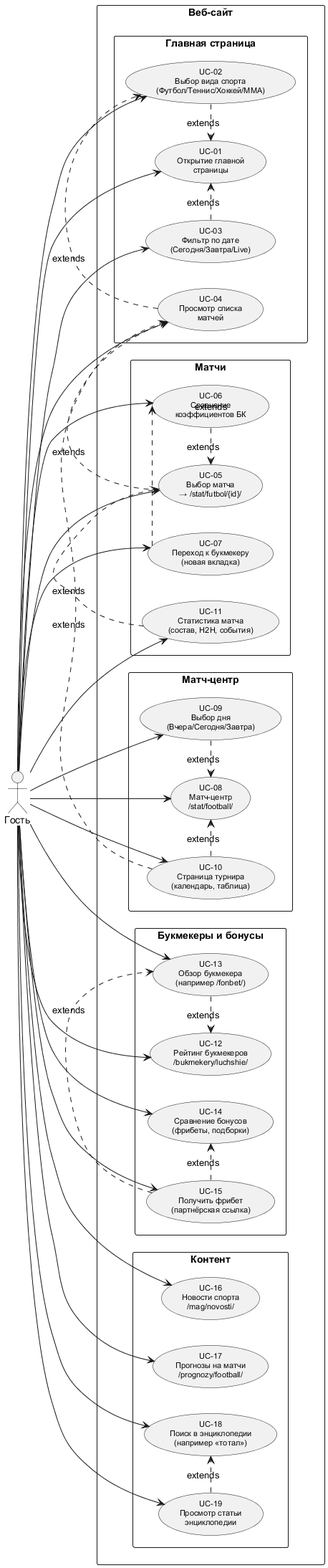
The PlantUML diagram docs/use_case_diagram.png in roge111/TPO_3_Lab, before a commit.
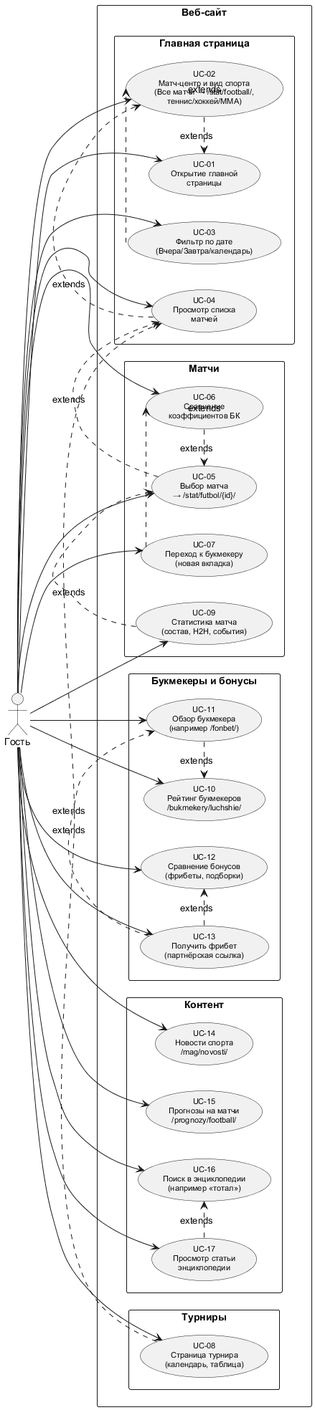
The same diagram one commit later.

Commit message:
Обновлено визуальное представление диаграммы

Change to the diagram source:
```diff
@@ -1,98 +1,189 @@
 @startuml
 
+
+
+
+
 skinparam packageStyle rectangle
+
 skinparam usecaseFontSize 11
+
 skinparam defaultFontName Arial
+
+
+
 
 left to right direction
 
+
+
 actor "Гость" as Guest
+
+
 
 rectangle "Веб-сайт" {
 
+
+
+
   package "Главная страница" {
+
     usecase "UC-01\nОткрытие главной\nстраницы" as UC01
-    usecase "UC-02\nВыбор вида спорта\n(Футбол/Теннис/Хоккей/MMA)" as UC02
-    usecase "UC-03\nФильтр по дате\n(Сегодня/Завтра/Live)" as UC03
+
+    usecase "UC-02\nМатч-центр и вид спорта\n(Все матчи → /stat/football/,\nтеннис/хоккей/MMA)" as UC02
+
+    usecase "UC-03\nФильтр по дате\n(Вчера/Завтра/календарь)" as UC03
+
     usecase "UC-04\nПросмотр списка\nматчей" as UC04
+
     UC01 -[hidden]right- UC02
+
     UC02 -[hidden]right- UC03
+
     UC03 -[hidden]right- UC04
+
   }
 
+
+
+
   package "Матчи" {
+
     usecase "UC-05\nВыбор матча\n→ /stat/futbol/{id}/" as UC05
+
     usecase "UC-06\nСравнение\nкоэффициентов БК" as UC06
+
     usecase "UC-07\nПереход к букмекеру\n(новая вкладка)" as UC07
-    usecase "UC-11\nСтатистика матча\n(состав, H2H, события)" as UC11
+
+    usecase "UC-09\nСтатистика матча\n(состав, H2H, события)" as UC09
+
     UC05 -[hidden]right- UC06
+
     UC06 -[hidden]right- UC07
-    UC07 -[hidden]right- UC11
+
+    UC07 -[hidden]right- UC09
+
   }
 
-  package "Матч-центр" {
-    usecase "UC-08\nМатч-центр\n/stat/football/" as UC08
-    usecase "UC-09\nВыбор дня\n(Вчера/Сегодня/Завтра)" as UC09
-    usecase "UC-10\nСтраница турнира\n(календарь, таблица)" as UC10
-    UC08 -[hidden]right- UC09
-    UC09 -[hidden]right- UC10
+
+
+
+  package "Турниры" {
+
+    usecase "UC-08\nСтраница турнира\n(календарь, таблица)" as UC08
+
   }
 
+
+
+
   package "Букмекеры и бонусы" {
-    usecase "UC-12\nРейтинг букмекеров\n/bukmekery/luchshie/" as UC12
-    usecase "UC-13\nОбзор букмекера\n(например /fonbet/)" as UC13
-    usecase "UC-14\nСравнение бонусов\n(фрибеты, подборки)" as UC14
-    usecase "UC-15\nПолучить фрибет\n(партнёрская ссылка)" as UC15
+
+    usecase "UC-10\nРейтинг букмекеров\n/bukmekery/luchshie/" as UC10
+
+    usecase "UC-11\nОбзор букмекера\n(например /fonbet/)" as UC11
+
+    usecase "UC-12\nСравнение бонусов\n(фрибеты, подборки)" as UC12
+
+    usecase "UC-13\nПолучить фрибет\n(партнёрская ссылка)" as UC13
+
+    UC10 -[hidden]right- UC11
+
+    UC11 -[hidden]right- UC12
+
     UC12 -[hidden]right- UC13
-    UC13 -[hidden]right- UC14
-    UC14 -[hidden]right- UC15
+
   }
 
+
+
+
   package "Контент" {
-    usecase "UC-16\nНовости спорта\n/mag/novosti/" as UC16
-    usecase "UC-17\nПрогнозы на матчи\n/prognozy/football/" as UC17
-    usecase "UC-18\nПоиск в энциклопедии\n(например «тотал»)" as UC18
-    usecase "UC-19\nПросмотр статьи\nэнциклопедии" as UC19
+
+    usecase "UC-14\nНовости спорта\n/mag/novosti/" as UC14
+
+    usecase "UC-15\nПрогнозы на матчи\n/prognozy/football/" as UC15
+
+    usecase "UC-16\nПоиск в энциклопедии\n(например «тотал»)" as UC16
+
+    usecase "UC-17\nПросмотр статьи\nэнциклопедии" as UC17
+
+    UC14 -[hidden]right- UC15
+
+    UC15 -[hidden]right- UC16
+
     UC16 -[hidden]right- UC17
-    UC17 -[hidden]right- UC18
-    UC18 -[hidden]right- UC19
+
   }
 
+
+
+
   Guest --> UC01
+
   Guest --> UC02
+
   Guest --> UC03
+
   Guest --> UC04
+
   Guest --> UC05
+
   Guest --> UC06
+
   Guest --> UC07
+
   Guest --> UC08
+
   Guest --> UC09
+
   Guest --> UC10
+
   Guest --> UC11
+
   Guest --> UC12
+
   Guest --> UC13
+
   Guest --> UC14
+
   Guest --> UC15
+
   Guest --> UC16
+
   Guest --> UC17
-  Guest --> UC18
-  Guest --> UC19
+
+
+
 
   UC02 .> UC01 : extends
-  UC03 .> UC01 : extends
+
+  UC03 .> UC02 : extends
+
   UC04 .> UC02 : extends
+
   UC05 .> UC04 : extends
+
   UC06 .> UC05 : extends
+
   UC07 .> UC06 : extends
-  UC11 .> UC05 : extends
-  UC09 .> UC08 : extends
-  UC10 .> UC08 : extends
-  UC10 .> UC04 : extends
+
+  UC09 .> UC05 : extends
+
+  UC08 .> UC04 : extends
+
+  UC11 .> UC10 : extends
+
   UC13 .> UC12 : extends
-  UC15 .> UC14 : extends
-  UC15 .> UC13 : extends
-  UC19 .> UC18 : extends
+
+  UC13 .> UC11 : extends
+
+  UC17 .> UC16 : extends
+
+
 
 }
 
+
+
 @enduml
```
